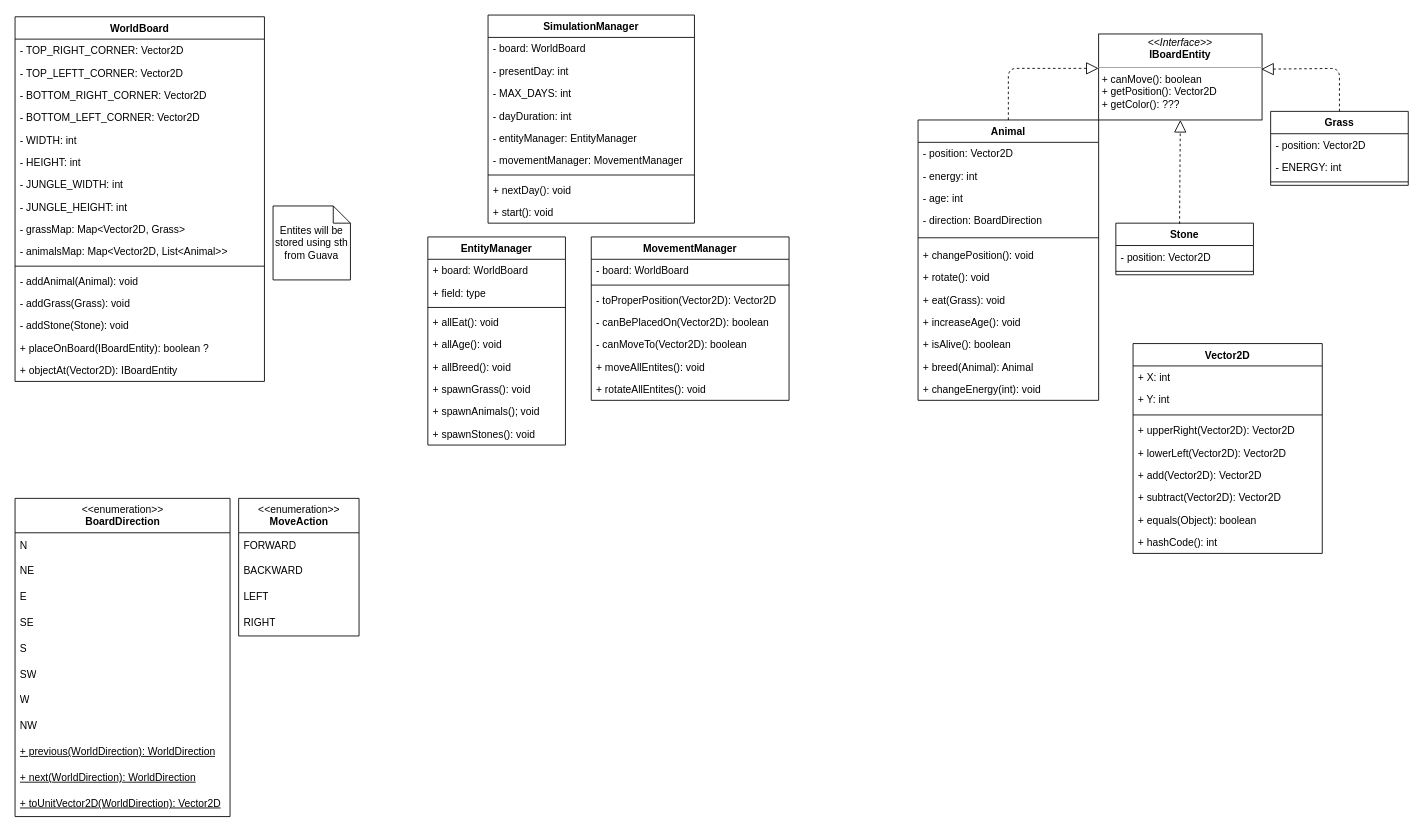
The draw.io diagram Evolutionary Generator Remastered - class scheme.drawio in jakubsolecki/Evolutionary-Generator-Remastered, before the edit. Source tidied: cells renumbered, new cells numbered last; positions are measured from the earlier drawing's top-left corner, leaving out a move shared by most shapes. Both pictures are drawn from the tidied source at 86%, with x=0, y=0 at pixel (15, 15).
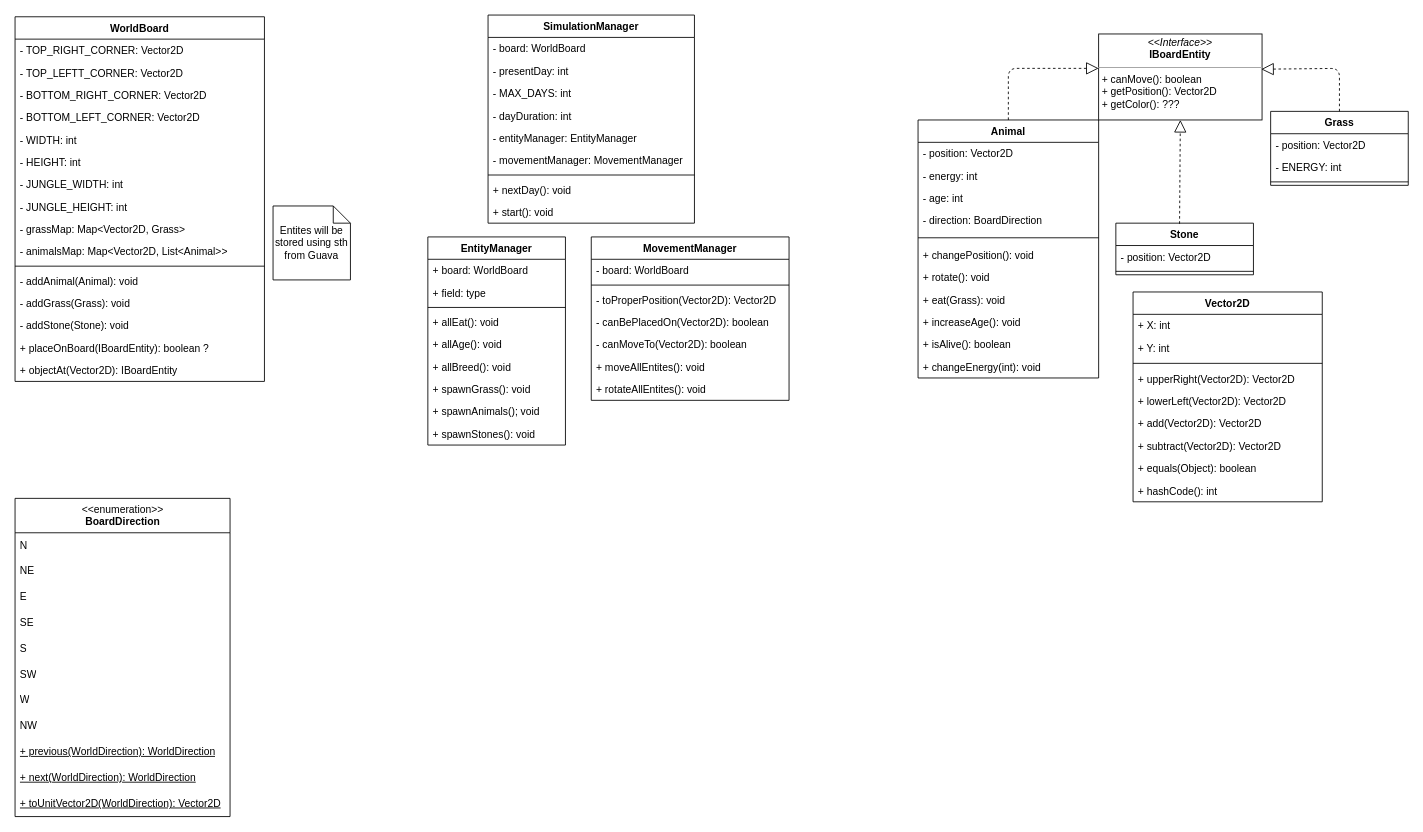
The same diagram, later.

Commit message:
basic model done

What changed in the source:
```diff
@@
     <mxCell id="2" value="Animal" style="swimlane;fontStyle=1;align=center;verticalAlign=top;horizontal=1;startSize=26;" parent="1" vertex="1">
-      <mxGeometry x="1050" y="122" width="210" height="326" as="geometry" />
+      <mxGeometry x="1050" y="122" width="210" height="300" as="geometry" />
     </mxCell>
@@
-    <mxCell id="13" value="+ breed(Animal): Animal" style="text;strokeColor=none;fillColor=none;align=left;verticalAlign=top;spacingLeft=4;spacingRight=4;overflow=hidden;" parent="2" vertex="1">
-      <mxGeometry y="274" width="210" height="26" as="geometry" />
-    </mxCell>
     <mxCell id="14" value="+ changeEnergy(int): void" style="text;strokeColor=none;fillColor=none;align=left;verticalAlign=top;spacingLeft=4;spacingRight=4;overflow=hidden;" parent="2" vertex="1">
-      <mxGeometry y="300" width="210" height="26" as="geometry" />
+      <mxGeometry y="274" width="210" height="26" as="geometry" />
     </mxCell>
     <mxCell id="15" value="Vector2D" style="swimlane;fontStyle=1;align=center;verticalAlign=top;horizontal=1;startSize=26;" parent="1" vertex="1">
-      <mxGeometry x="1300" y="382" width="220" height="244" as="geometry" />
+      <mxGeometry x="1300" y="322" width="220" height="244" as="geometry" />
     </mxCell>
@@
-    <mxCell id="75" value="&amp;lt;&amp;lt;enumeration&amp;gt;&amp;gt;&lt;br&gt;&lt;b&gt;MoveAction&lt;/b&gt;" style="swimlane;fontStyle=0;align=center;verticalAlign=top;horizontal=1;startSize=40;html=1;" parent="1" vertex="1">
-      <mxGeometry x="260" y="562" width="140" height="160" as="geometry" />
-    </mxCell>
-    <mxCell id="76" value="FORWARD" style="text;html=1;strokeColor=none;fillColor=none;align=left;verticalAlign=middle;spacingLeft=4;spacingRight=4;overflow=hidden;" parent="75" vertex="1">
-      <mxGeometry y="40" width="140" height="30" as="geometry" />
-    </mxCell>
-    <mxCell id="77" value="BACKWARD" style="text;html=1;strokeColor=none;fillColor=none;align=left;verticalAlign=middle;spacingLeft=4;spacingRight=4;overflow=hidden;" parent="75" vertex="1">
-      <mxGeometry y="70" width="140" height="30" as="geometry" />
-    </mxCell>
-    <mxCell id="78" value="LEFT" style="text;html=1;strokeColor=none;fillColor=none;align=left;verticalAlign=middle;spacingLeft=4;spacingRight=4;overflow=hidden;" parent="75" vertex="1">
-      <mxGeometry y="100" width="140" height="30" as="geometry" />
-    </mxCell>
-    <mxCell id="79" value="RIGHT" style="text;html=1;strokeColor=none;fillColor=none;align=left;verticalAlign=middle;spacingLeft=4;spacingRight=4;overflow=hidden;" parent="75" vertex="1">
-      <mxGeometry y="130" width="140" height="30" as="geometry" />
-    </mxCell>
```
